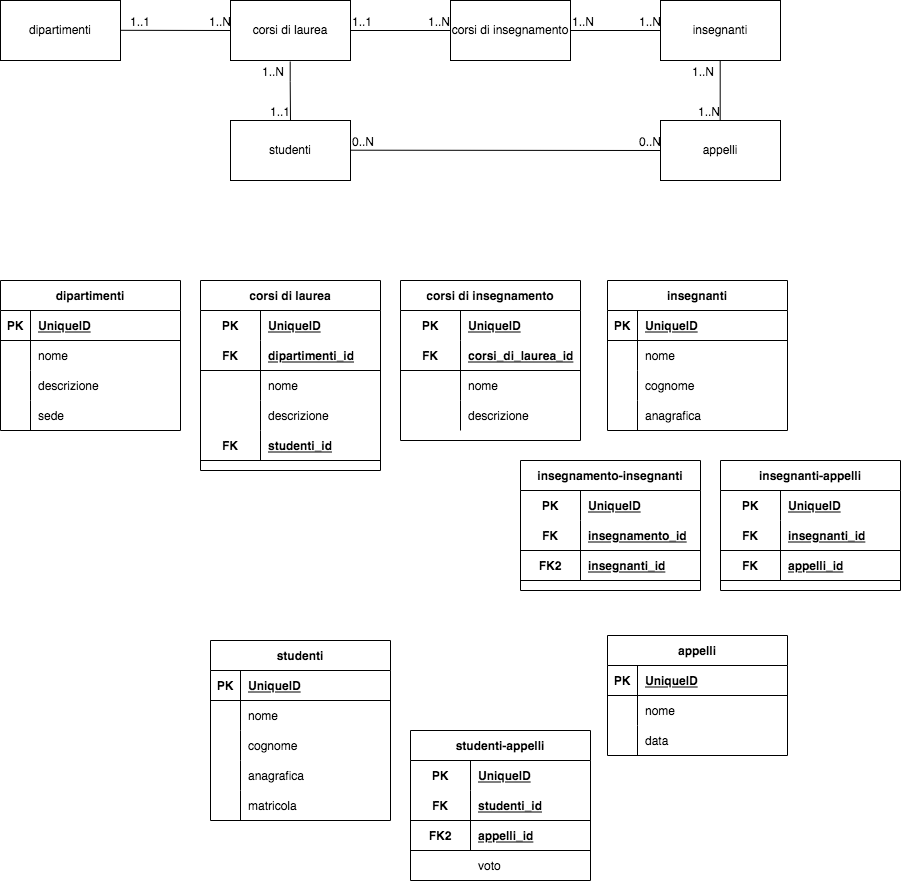
Above: university.png in cenny1988/db-university (draw.io), before the change. Source tidied: cells renumbered, new cells last; positions are measured from the earlier drawing's top-left corner, leaving out a move shared by most shapes.
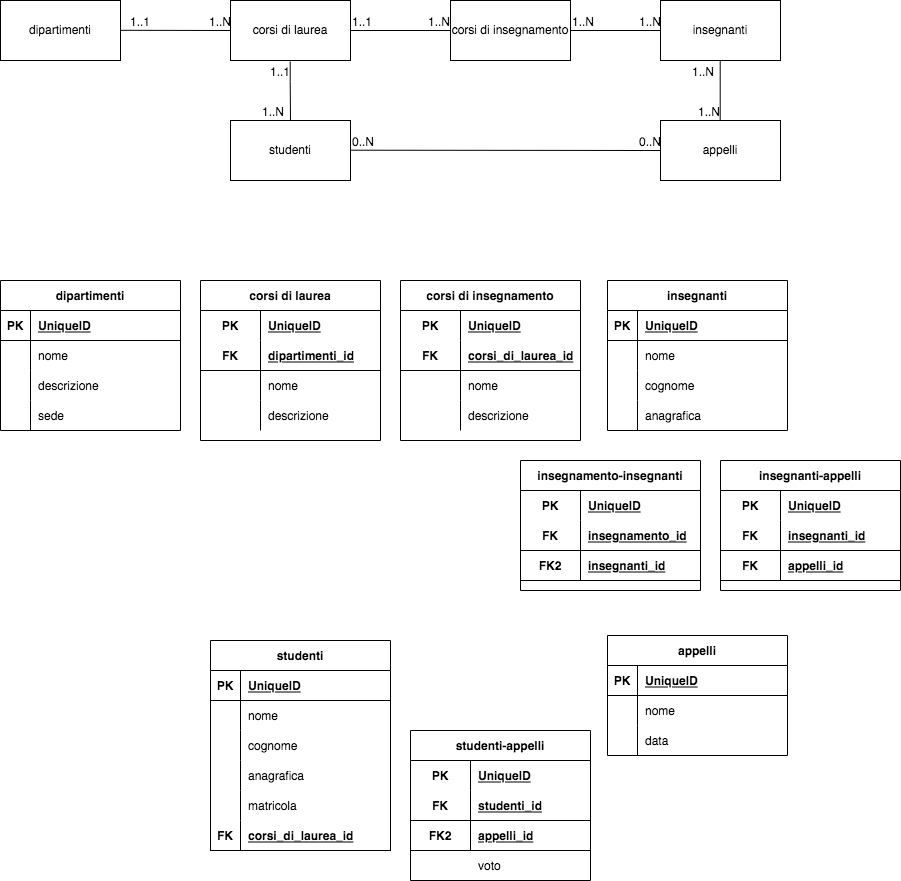
After the change.

Change to the diagram source:
```diff
@@ -79,11 +79,13 @@
     </mxCell>
     <mxCell id="21" value="1..N" style="html=1;align=left;verticalAlign=bottom;" parent="20" vertex="1">
       <mxGeometry x="-1" relative="1" as="geometry">
-        <mxPoint x="-30" y="19" as="offset" />
+        <mxPoint x="-30" y="59" as="offset" />
       </mxGeometry>
     </mxCell>
     <mxCell id="22" value="1..1" style="html=1;align=right;verticalAlign=bottom;" parent="20" vertex="1">
-      <mxGeometry x="1" relative="1" as="geometry" />
+      <mxGeometry x="1" relative="1" as="geometry">
+        <mxPoint y="-40" as="offset" />
+      </mxGeometry>
     </mxCell>
     <mxCell id="23" style="endArrow=none;html=1;rounded=0;entryX=0;entryY=0.5;entryDx=0;entryDy=0;" parent="1" edge="1" target="6">
       <mxGeometry relative="1" as="geometry">
@@ -136,7 +138,7 @@
       <mxGeometry x="30" width="150" height="30" as="geometry" />
     </mxCell>
     <mxCell id="39" value="corsi di laurea" style="shape=table;startSize=30;rowLines=0;fontStyle=1;align=center;strokeColor=default;fillColor=none;" parent="1" vertex="1">
-      <mxGeometry x="200" y="280" width="180" height="190" as="geometry" />
+      <mxGeometry x="200" y="280" width="180" height="160" as="geometry" />
     </mxCell>
     <mxCell id="40" style="shape=tableRow;horizontal=0;startSize=0;swimlaneHead=0;swimlaneBody=0;fillColor=none;top=0;left=0;right=0;bottom=0;strokeColor=default;" parent="39" vertex="1">
       <mxGeometry y="30" width="180" height="30" as="geometry" />
@@ -174,15 +176,6 @@
     <mxCell id="51" value="descrizione" style="shape=partialRectangle;fillColor=none;top=0;left=0;bottom=0;right=0;align=left;spacingLeft=6;overflow=hidden;strokeColor=default;" parent="49" vertex="1">
       <mxGeometry x="60" width="120" height="30" as="geometry" />
     </mxCell>
-    <mxCell id="52" style="shape=tableRow;horizontal=0;startSize=0;swimlaneHead=0;swimlaneBody=0;fillColor=none;top=0;left=0;right=0;bottom=1;strokeColor=default;" parent="39" vertex="1">
-      <mxGeometry y="150" width="180" height="30" as="geometry" />
-    </mxCell>
-    <mxCell id="53" value="FK" style="shape=partialRectangle;fillColor=none;top=0;left=0;bottom=0;right=0;fontStyle=1;overflow=hidden;strokeColor=default;" parent="52" vertex="1">
-      <mxGeometry width="60" height="30" as="geometry" />
-    </mxCell>
-    <mxCell id="54" value="studenti_id" style="shape=partialRectangle;fillColor=none;top=0;left=0;bottom=0;right=0;align=left;spacingLeft=6;fontStyle=5;overflow=hidden;strokeColor=default;" parent="52" vertex="1">
-      <mxGeometry x="60" width="120" height="30" as="geometry" />
-    </mxCell>
     <mxCell id="55" value="corsi di insegnamento" style="shape=table;startSize=30;rowLines=0;fontStyle=1;align=center;strokeColor=default;fillColor=none;" parent="1" vertex="1">
       <mxGeometry x="400" y="280" width="180" height="160" as="geometry" />
     </mxCell>
@@ -292,7 +285,7 @@
       <mxGeometry x="60" width="120" height="30" as="geometry" />
     </mxCell>
     <mxCell id="91" value="studenti" style="shape=table;startSize=30;rowLines=0;fontStyle=1;align=center;" parent="1" vertex="1">
-      <mxGeometry x="210" y="640" width="180" height="180" as="geometry" />
+      <mxGeometry x="210" y="640" width="180" height="210" as="geometry" />
     </mxCell>
     <mxCell id="92" style="shape=tableRow;horizontal=0;startSize=0;swimlaneHead=0;swimlaneBody=0;fillColor=none;top=0;left=0;right=0;bottom=1;" parent="91" vertex="1">
       <mxGeometry y="30" width="180" height="30" as="geometry" />
@@ -339,6 +332,15 @@
     <mxCell id="106" value="matricola" style="shape=partialRectangle;fillColor=none;top=0;left=0;bottom=0;right=0;align=left;spacingLeft=6;overflow=hidden;" parent="104" vertex="1">
       <mxGeometry x="30" width="150" height="30" as="geometry" />
     </mxCell>
+    <mxCell id="138" style="shape=tableRow;horizontal=0;startSize=0;swimlaneHead=0;swimlaneBody=0;fillColor=none;top=0;left=0;right=0;bottom=1;" parent="91" vertex="1">
+      <mxGeometry y="180" width="180" height="30" as="geometry" />
+    </mxCell>
+    <mxCell id="53" value="FK" style="shape=partialRectangle;fillColor=none;top=0;left=0;bottom=0;right=0;fontStyle=1;overflow=hidden;" parent="138" vertex="1">
+      <mxGeometry width="30" height="30" as="geometry" />
+    </mxCell>
+    <mxCell id="139" value="corsi_di_laurea_id" style="shape=partialRectangle;fillColor=none;top=0;left=0;bottom=0;right=0;align=left;spacingLeft=6;fontStyle=5;overflow=hidden;" parent="138" vertex="1">
+      <mxGeometry x="30" width="150" height="30" as="geometry" />
+    </mxCell>
     <mxCell id="107" value="insegnanti-appelli" style="shape=table;startSize=30;rowLines=0;fontStyle=1;align=center;strokeColor=default;fillColor=none;" parent="1" vertex="1">
       <mxGeometry x="720" y="460" width="180" height="130" as="geometry" />
     </mxCell>
```
